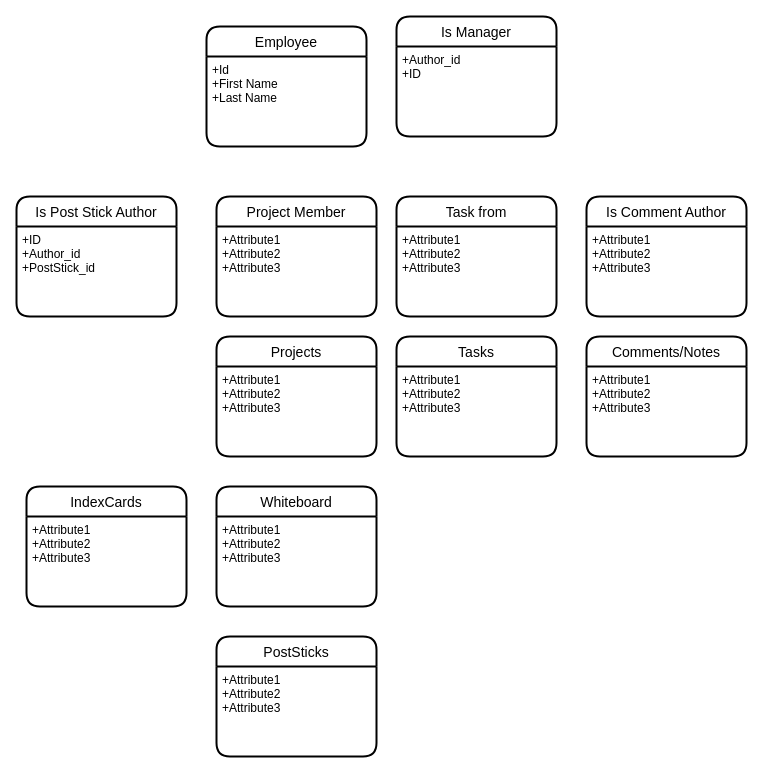
Earlier version of the draw.io diagram ERModel.drawio (ChessPR/BrdPL). Source tidied: cells renumbered, new cells numbered last; positions are measured from the earlier drawing's top-left corner, leaving out a move shared by most shapes. Both pictures are drawn from the tidied source at 100%, with x=0, y=0 at pixel (16, 16).
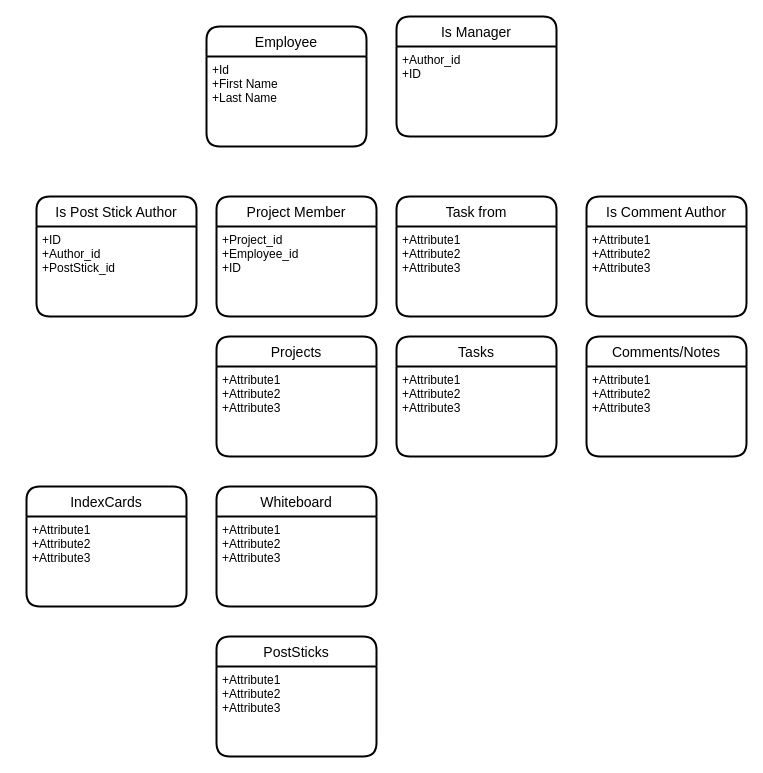
The same page after the edit.

Unchanged cells that the change refers to:
```xml
<mxCell id="18" value="Project Member" style="swimlane;horizontal=1;startSize=30;rounded=1;fontSize=14;fontStyle=0;strokeWidth=2;shadow=0;dashed=0;align=center;" parent="1" vertex="1">
  <mxGeometry x="200" y="180" width="160" height="120" as="geometry" />
</mxCell>
```

The edit, as a diff of the source:
```diff
@@
-    <mxCell id="19" value="+Attribute1&#10;+Attribute2&#10;+Attribute3" style="align=left;strokeColor=none;fillColor=none;spacingLeft=4;fontSize=12;verticalAlign=top;" parent="18" vertex="1">
+    <mxCell id="19" value="+Project_id&#10;+Employee_id&#10;+ID" style="align=left;strokeColor=none;fillColor=none;spacingLeft=4;fontSize=12;verticalAlign=top;" parent="18" vertex="1">
       <mxGeometry y="30" width="160" height="90" as="geometry" />
     </mxCell>
@@
     <mxCell id="22" value="Is Post Stick Author" style="swimlane;horizontal=1;startSize=30;rounded=1;fontSize=14;fontStyle=0;strokeWidth=2;shadow=0;dashed=0;align=center;" parent="1" vertex="1">
-      <mxGeometry y="180" width="160" height="120" as="geometry" />
+      <mxGeometry x="20" y="180" width="160" height="120" as="geometry" />
     </mxCell>
```
